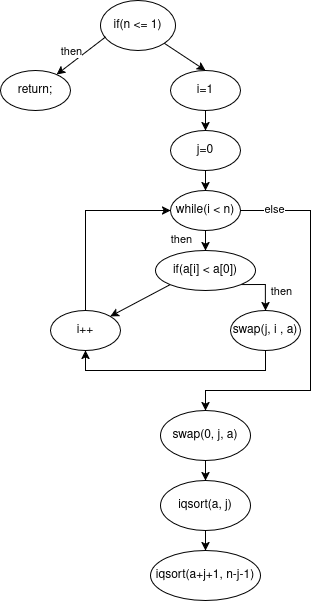
Earlier version of the draw.io export ques4_cfg.png (maximeNoiret/NOIRET-KUROPATWA_BUTTE-DEMANGE-mesures). Source tidied: cells renumbered, new cells last; positions are measured from the earlier drawing's top-left corner, leaving out a move shared by most shapes. The source it was exported from:
```xml
<mxGraphModel>
  <root>
    <mxCell id="0" />
    <mxCell id="1" parent="0" />
    <mxCell id="2" value="if(n &amp;lt;= 1)" style="ellipse;whiteSpace=wrap;html=1;" parent="1" vertex="1">
      <mxGeometry x="100" width="75" height="50" as="geometry" />
    </mxCell>
    <mxCell id="3" value="return;" style="ellipse;whiteSpace=wrap;html=1;" parent="1" vertex="1">
      <mxGeometry y="70" width="70" height="40" as="geometry" />
    </mxCell>
    <mxCell id="4" value="i=1" style="ellipse;whiteSpace=wrap;html=1;" parent="1" vertex="1">
      <mxGeometry x="170" y="70" width="70" height="40" as="geometry" />
    </mxCell>
    <mxCell id="5" value="&lt;div&gt;j=0&lt;/div&gt;" style="ellipse;whiteSpace=wrap;html=1;" parent="1" vertex="1">
      <mxGeometry x="170" y="130" width="70" height="40" as="geometry" />
    </mxCell>
    <mxCell id="6" style="edgeStyle=orthogonalEdgeStyle;rounded=0;jettySize=auto;html=1;exitX=0.5;exitY=1;exitDx=0;exitDy=0;entryX=0.5;entryY=0;entryDx=0;entryDy=0;" parent="1" edge="1" source="10" target="25">
      <mxGeometry relative="1" as="geometry" />
    </mxCell>
    <mxCell id="7" value="&lt;div&gt;then&lt;/div&gt;" style="edgeLabel;html=1;align=center;verticalAlign=middle;" parent="6" vertex="1">
      <mxGeometry x="-0.2" y="1" relative="1" as="geometry">
        <mxPoint x="-26" as="offset" />
      </mxGeometry>
    </mxCell>
    <mxCell id="8" style="edgeStyle=orthogonalEdgeStyle;rounded=0;jettySize=auto;html=1;exitX=1;exitY=0.5;exitDx=0;exitDy=0;entryX=0.5;entryY=0;entryDx=0;entryDy=0;" parent="1" edge="1" source="10" target="15">
      <mxGeometry relative="1" as="geometry">
        <Array as="points">
          <mxPoint x="310" y="210" />
          <mxPoint x="310" y="390" />
          <mxPoint x="205" y="390" />
        </Array>
      </mxGeometry>
    </mxCell>
    <mxCell id="9" value="&lt;div&gt;else&lt;/div&gt;" style="edgeLabel;html=1;align=center;verticalAlign=middle;" parent="8" vertex="1">
      <mxGeometry x="-0.82" y="2" relative="1" as="geometry" />
    </mxCell>
    <mxCell id="10" value="while(i &amp;lt; n)" style="ellipse;whiteSpace=wrap;html=1;" parent="1" vertex="1">
      <mxGeometry x="170" y="190" width="70" height="40" as="geometry" />
    </mxCell>
    <mxCell id="11" style="edgeStyle=orthogonalEdgeStyle;rounded=0;jettySize=auto;html=1;exitX=0.5;exitY=1;exitDx=0;exitDy=0;entryX=0.5;entryY=1;entryDx=0;entryDy=0;" parent="1" edge="1" source="12" target="14">
      <mxGeometry relative="1" as="geometry" />
    </mxCell>
    <mxCell id="12" value="&lt;div&gt;swap(j, i&amp;nbsp;, a)&lt;/div&gt;" style="ellipse;whiteSpace=wrap;html=1;" parent="1" vertex="1">
      <mxGeometry x="230" y="310" width="70" height="40" as="geometry" />
    </mxCell>
    <mxCell id="13" style="edgeStyle=orthogonalEdgeStyle;rounded=0;jettySize=auto;html=1;exitX=0.5;exitY=0;exitDx=0;exitDy=0;entryX=0;entryY=0.5;entryDx=0;entryDy=0;" parent="1" edge="1" source="14" target="10">
      <mxGeometry relative="1" as="geometry" />
    </mxCell>
    <mxCell id="14" value="i++" style="ellipse;whiteSpace=wrap;html=1;" parent="1" vertex="1">
      <mxGeometry x="50" y="310" width="70" height="40" as="geometry" />
    </mxCell>
    <mxCell id="15" value="swap(0, j, a)" style="ellipse;whiteSpace=wrap;html=1;" parent="1" vertex="1">
      <mxGeometry x="160" y="410" width="90" height="50" as="geometry" />
    </mxCell>
    <mxCell id="16" value="iqsort(a, j)" style="ellipse;whiteSpace=wrap;html=1;" parent="1" vertex="1">
      <mxGeometry x="160" y="480" width="90" height="50" as="geometry" />
    </mxCell>
    <mxCell id="17" value="iqsort(a+j+1, n-j-1)" style="ellipse;whiteSpace=wrap;html=1;" parent="1" vertex="1">
      <mxGeometry x="150" y="550" width="110" height="50" as="geometry" />
    </mxCell>
    <mxCell id="18" style="endArrow=classic;html=1;rounded=0;exitX=0.067;exitY=0.73;exitDx=0;exitDy=0;exitPerimeter=0;" parent="1" edge="1" source="2" target="3">
      <mxGeometry relative="1" as="geometry" />
    </mxCell>
    <mxCell id="19" value="&lt;div&gt;then&lt;/div&gt;" style="edgeLabel;html=1;align=center;verticalAlign=middle;" parent="18" vertex="1">
      <mxGeometry x="-0.25" y="1" relative="1" as="geometry">
        <mxPoint x="-17" y="-1" as="offset" />
      </mxGeometry>
    </mxCell>
    <mxCell id="20" style="endArrow=classic;html=1;rounded=0;entryX=0.5;entryY=0;entryDx=0;entryDy=0;exitX=1;exitY=1;exitDx=0;exitDy=0;" parent="1" edge="1" source="2" target="4">
      <mxGeometry relative="1" as="geometry" />
    </mxCell>
    <mxCell id="21" style="endArrow=classic;html=1;rounded=0;entryX=0.5;entryY=0;entryDx=0;entryDy=0;exitX=0.5;exitY=1;exitDx=0;exitDy=0;" parent="1" edge="1" source="4" target="5">
      <mxGeometry relative="1" as="geometry" />
    </mxCell>
    <mxCell id="22" style="endArrow=classic;html=1;rounded=0;entryX=0.5;entryY=0;entryDx=0;entryDy=0;exitX=0.5;exitY=1;exitDx=0;exitDy=0;" parent="1" edge="1" source="5" target="10">
      <mxGeometry relative="1" as="geometry" />
    </mxCell>
    <mxCell id="23" style="edgeStyle=orthogonalEdgeStyle;rounded=0;jettySize=auto;html=1;exitX=1;exitY=1;exitDx=0;exitDy=0;entryX=0.5;entryY=0;entryDx=0;entryDy=0;" parent="1" edge="1" source="25">
      <mxGeometry relative="1" as="geometry">
        <mxPoint x="265" y="310" as="targetPoint" />
      </mxGeometry>
    </mxCell>
    <mxCell id="24" value="&lt;div&gt;then&lt;/div&gt;" style="edgeLabel;html=1;align=center;verticalAlign=middle;" parent="23" vertex="1">
      <mxGeometry x="0.17" y="-1" relative="1" as="geometry">
        <mxPoint x="16" y="1" as="offset" />
      </mxGeometry>
    </mxCell>
    <mxCell id="25" value="if(a[i] &amp;lt; a[0])" style="ellipse;whiteSpace=wrap;html=1;" parent="1" vertex="1">
      <mxGeometry x="155" y="250" width="100" height="40" as="geometry" />
    </mxCell>
    <mxCell id="26" style="endArrow=classic;html=1;rounded=0;entryX=0.5;entryY=0;entryDx=0;entryDy=0;exitX=0.5;exitY=1;exitDx=0;exitDy=0;" parent="1" edge="1" source="15" target="16">
      <mxGeometry relative="1" as="geometry" />
    </mxCell>
    <mxCell id="27" style="endArrow=classic;html=1;rounded=0;entryX=0.5;entryY=0;entryDx=0;entryDy=0;exitX=0.5;exitY=1;exitDx=0;exitDy=0;" parent="1" edge="1" source="16" target="17">
      <mxGeometry relative="1" as="geometry" />
    </mxCell>
    <mxCell id="28" style="endArrow=classic;html=1;rounded=0;entryX=1;entryY=0;entryDx=0;entryDy=0;exitX=0;exitY=1;exitDx=0;exitDy=0;" parent="1" edge="1" source="25" target="14">
      <mxGeometry relative="1" as="geometry" />
    </mxCell>
  </root>
</mxGraphModel>
```
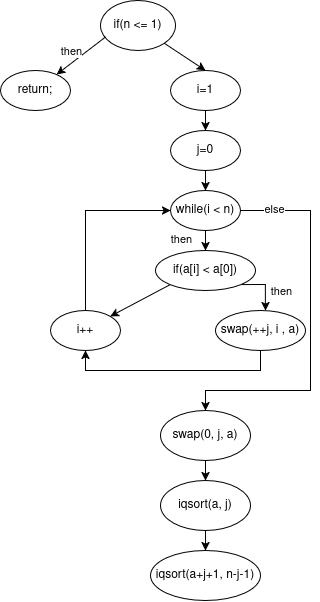
Later version of the same file.

Commit message:
Fix : fixed a error in the graph.

Change to the diagram source:
```diff
@@ -40,8 +40,8 @@
     <mxCell id="11" style="edgeStyle=orthogonalEdgeStyle;rounded=0;jettySize=auto;html=1;exitX=0.5;exitY=1;exitDx=0;exitDy=0;entryX=0.5;entryY=1;entryDx=0;entryDy=0;" parent="1" edge="1" source="12" target="14">
       <mxGeometry relative="1" as="geometry" />
     </mxCell>
-    <mxCell id="12" value="&lt;div&gt;swap(j, i&amp;nbsp;, a)&lt;/div&gt;" style="ellipse;whiteSpace=wrap;html=1;" parent="1" vertex="1">
-      <mxGeometry x="230" y="310" width="70" height="40" as="geometry" />
+    <mxCell id="12" value="&lt;div&gt;swap(++j, i&amp;nbsp;, a)&lt;/div&gt;" style="ellipse;whiteSpace=wrap;html=1;" parent="1" vertex="1">
+      <mxGeometry x="215" y="310" width="90" height="40" as="geometry" />
     </mxCell>
     <mxCell id="13" style="edgeStyle=orthogonalEdgeStyle;rounded=0;jettySize=auto;html=1;exitX=0.5;exitY=0;exitDx=0;exitDy=0;entryX=0;entryY=0.5;entryDx=0;entryDy=0;" parent="1" edge="1" source="14" target="10">
       <mxGeometry relative="1" as="geometry" />
```
